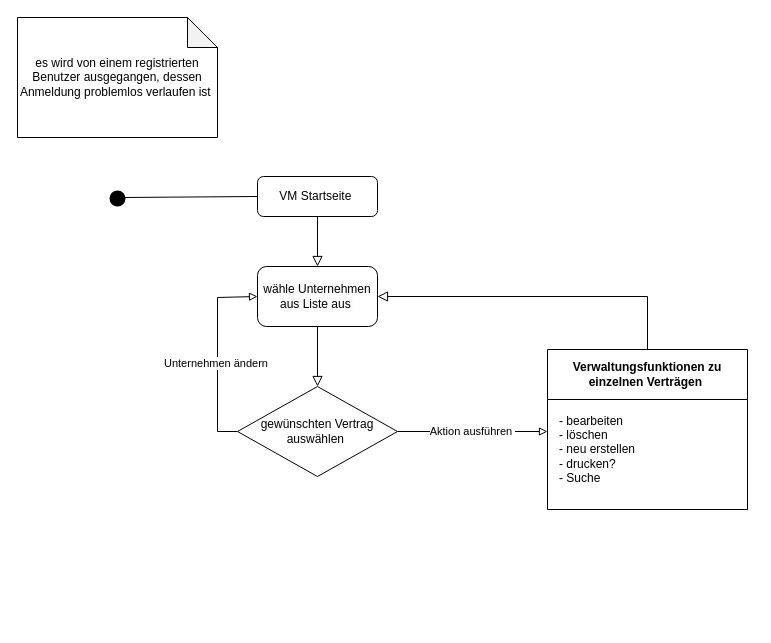
The draw.io diagram documents/aktivitätsdirgramm.drawio in Sxmple-DavidSchmidt/Vertragsmanager, before the edit. Source tidied: cells renumbered, new cells numbered last; positions are measured from the earlier drawing's top-left corner, leaving out a move shared by most shapes. Both pictures are drawn from the tidied source at 100%, with x=0, y=0 at pixel (17, 17).
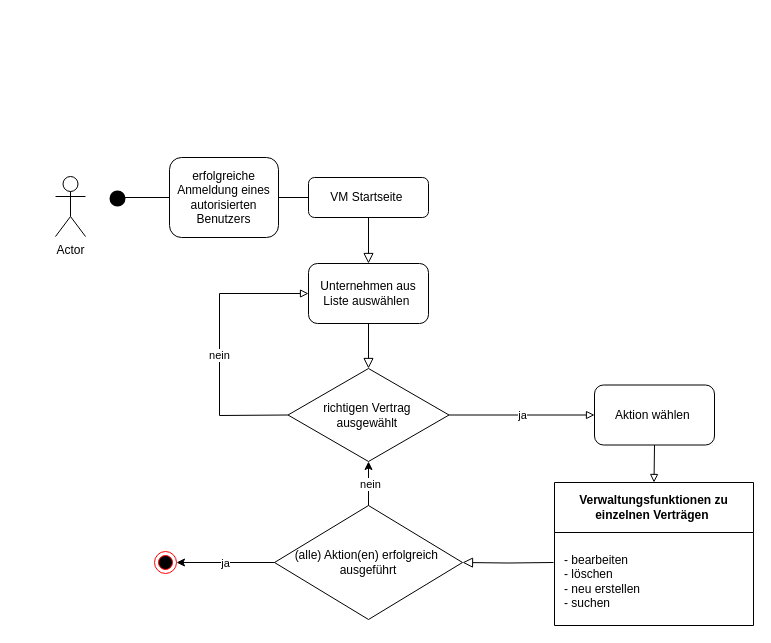
The same page after the edit.

What changed in the source:
```diff
@@
     <mxCell id="3" value="VM Startseite&amp;nbsp;" style="rounded=1;whiteSpace=wrap;html=1;fontSize=12;glass=0;strokeWidth=1;shadow=0;" parent="1" vertex="1">
-      <mxGeometry x="240" y="159" width="120" height="40" as="geometry" />
+      <mxGeometry x="291" y="160" width="120" height="40" as="geometry" />
     </mxCell>
-    <mxCell id="4" value="es wird von einem registrierten Benutzer ausgegangen, dessen Anmeldung problemlos verlaufen ist&amp;nbsp;" style="shape=note;whiteSpace=wrap;html=1;backgroundOutline=1;darkOpacity=0.05;" parent="1" vertex="1">
-      <mxGeometry width="200" height="120" as="geometry" />
-    </mxCell>
-    <mxCell id="5" value="&lt;span style=&quot;color: rgb(0, 0, 0); font-family: Helvetica; font-size: 12px; font-style: normal; font-variant-ligatures: normal; font-variant-caps: normal; font-weight: 400; letter-spacing: normal; orphans: 2; text-align: center; text-indent: 0px; text-transform: none; white-space: normal; widows: 2; word-spacing: 0px; -webkit-text-stroke-width: 0px; background-color: rgb(251, 251, 251); text-decoration-thickness: initial; text-decoration-style: initial; text-decoration-color: initial; display: inline !important; float: none;&quot;&gt;wähle Unternehmen aus Liste aus&amp;nbsp;&lt;/span&gt;" style="rounded=1;whiteSpace=wrap;html=1;" parent="1" vertex="1">
-      <mxGeometry x="240" y="249" width="120" height="60" as="geometry" />
+    <mxCell id="5" value="Unternehmen aus Liste auswählen&amp;nbsp;" style="rounded=1;whiteSpace=wrap;html=1;" parent="1" vertex="1">
+      <mxGeometry x="291" y="246" width="120" height="60" as="geometry" />
     </mxCell>
-    <mxCell id="6" style="endArrow=none;html=1;rounded=0;entryX=0;entryY=0.5;entryDx=0;entryDy=0;exitX=0.5;exitY=0.5;exitDx=0;exitDy=0;exitPerimeter=0;" parent="1" edge="1" target="3">
-      <mxGeometry relative="1" as="geometry">
-        <mxPoint x="105" y="180" as="sourcePoint" />
-      </mxGeometry>
+    <mxCell id="6" style="endArrow=none;html=1;rounded=0;entryX=0;entryY=0.5;entryDx=0;entryDy=0;exitX=0.5;exitY=0.5;exitDx=0;exitDy=0;exitPerimeter=0;" parent="1" edge="1" source="19" target="3">
+      <mxGeometry relative="1" as="geometry" />
     </mxCell>
-    <mxCell id="7" value="gewünschten Vertrag auswählen&amp;nbsp;" style="rhombus;whiteSpace=wrap;html=1;" parent="1" vertex="1">
-      <mxGeometry x="220" y="369" width="160" height="90" as="geometry" />
+    <mxCell id="7" value="richtigen Vertrag&amp;nbsp;&lt;div&gt;ausgewählt&amp;nbsp;&lt;/div&gt;" style="rhombus;whiteSpace=wrap;html=1;" parent="1" vertex="1">
+      <mxGeometry x="270.5" y="351" width="161" height="93" as="geometry" />
     </mxCell>
     <mxCell id="8" style="endArrow=block;html=1;rounded=0;exitX=0;exitY=0.5;exitDx=0;exitDy=0;entryX=0;entryY=0.5;entryDx=0;entryDy=0;endFill=0;" parent="1" edge="1" source="7" target="5">
       <mxGeometry relative="1" as="geometry">
         <Array as="points">
-          <mxPoint x="200" y="414" />
-          <mxPoint x="200" y="280" />
+          <mxPoint x="202" y="398" />
+          <mxPoint x="202" y="276" />
         </Array>
       </mxGeometry>
     </mxCell>
-    <mxCell id="9" value="Unternehmen ändern&amp;nbsp;" style="edgeLabel;html=1;align=center;verticalAlign=middle;" parent="8" vertex="1">
+    <mxCell id="9" value="nein" style="edgeLabel;html=1;align=center;verticalAlign=middle;" parent="8" vertex="1">
       <mxGeometry x="-0.08" y="1" relative="1" as="geometry" />
     </mxCell>
+    <mxCell id="16" style="edgeStyle=orthogonalEdgeStyle;rounded=0;jettySize=auto;html=1;exitX=0.5;exitY=1;exitDx=0;exitDy=0;entryX=0.5;entryY=0;entryDx=0;entryDy=0;endArrow=block;endFill=0;" parent="1" edge="1" source="20" target="10">
+      <mxGeometry relative="1" as="geometry" />
+    </mxCell>
     <mxCell id="10" value="Verwaltungsfunktionen zu einzelnen Verträgen&amp;nbsp;" style="swimlane;whiteSpace=wrap;html=1;startSize=50;" parent="1" vertex="1">
-      <mxGeometry x="530" y="332" width="200" height="160" as="geometry" />
+      <mxGeometry x="537" y="465" width="199" height="143" as="geometry" />
     </mxCell>
-    <mxCell id="11" value="- bearbeiten&amp;nbsp;&lt;div&gt;- löschen&amp;nbsp;&lt;/div&gt;&lt;div&gt;- neu erstellen&lt;/div&gt;&lt;div&gt;- drucken?&amp;nbsp;&lt;/div&gt;&lt;div&gt;- Suche&amp;nbsp;&lt;/div&gt;" style="text;html=1;align=left;verticalAlign=middle;strokeColor=none;fillColor=none;" parent="10" vertex="1">
-      <mxGeometry x="10" y="55" width="100" height="90" as="geometry" />
+    <mxCell id="11" value="- bearbeiten&amp;nbsp;&lt;div&gt;- löschen&amp;nbsp;&lt;/div&gt;&lt;div&gt;- neu erstellen&lt;/div&gt;&lt;div&gt;&lt;span style=&quot;background-color: initial;&quot;&gt;- suchen&amp;nbsp;&lt;/span&gt;&lt;br&gt;&lt;/div&gt;" style="text;html=1;align=left;verticalAlign=middle;strokeColor=none;fillColor=none;" parent="10" vertex="1">
+      <mxGeometry x="8" y="64" width="94" height="70" as="geometry" />
     </mxCell>
-    <mxCell id="12" value="Aktion ausführen&amp;nbsp;" style="endArrow=block;html=1;rounded=0;exitX=1;exitY=0.5;exitDx=0;exitDy=0;endFill=0;entryX=0;entryY=0.5;entryDx=0;entryDy=0;" parent="1" edge="1" source="7">
-      <mxGeometry relative="1" as="geometry">
-        <mxPoint x="530" y="414" as="targetPoint" />
-      </mxGeometry>
+    <mxCell id="12" value="ja" style="endArrow=block;html=1;rounded=0;exitX=1;exitY=0.5;exitDx=0;exitDy=0;endFill=0;entryX=0;entryY=0.5;entryDx=0;entryDy=0;" parent="1" edge="1" source="7" target="20">
+      <mxGeometry relative="1" as="geometry" />
     </mxCell>
@@
-    <mxCell id="14" style="rounded=0;html=1;jettySize=auto;fontSize=11;endArrow=block;endFill=0;endSize=8;strokeWidth=1;shadow=0;labelBackgroundColor=none;edgeStyle=orthogonalEdgeStyle;entryX=1;entryY=0.5;entryDx=0;entryDy=0;exitX=0.5;exitY=0;exitDx=0;exitDy=0;" parent="1" edge="1" source="10" target="5">
-      <mxGeometry relative="1" as="geometry" />
+    <mxCell id="14" style="rounded=0;html=1;jettySize=auto;fontSize=11;endArrow=block;endFill=0;endSize=8;strokeWidth=1;shadow=0;labelBackgroundColor=none;edgeStyle=orthogonalEdgeStyle;entryX=1;entryY=0.5;entryDx=0;entryDy=0;" parent="1" edge="1" target="21">
+      <mxGeometry relative="1" as="geometry">
+        <mxPoint x="536" y="545" as="sourcePoint" />
+      </mxGeometry>
     </mxCell>
@@
+    <mxCell id="17" value="Actor" style="shape=umlActor;verticalLabelPosition=bottom;verticalAlign=top;html=1;" parent="1" vertex="1">
+      <mxGeometry x="38" y="159" width="30" height="60" as="geometry" />
+    </mxCell>
+    <mxCell id="18" style="endArrow=none;html=1;rounded=0;entryX=0;entryY=0.5;entryDx=0;entryDy=0;exitX=0.5;exitY=0.5;exitDx=0;exitDy=0;exitPerimeter=0;" parent="1" edge="1" target="19">
+      <mxGeometry relative="1" as="geometry">
+        <mxPoint x="105" y="180" as="sourcePoint" />
+      </mxGeometry>
+    </mxCell>
+    <mxCell id="19" value="erfolgreiche Anmeldung eines autorisierten Benutzers" style="rounded=1;whiteSpace=wrap;html=1;" parent="1" vertex="1">
+      <mxGeometry x="152" y="140" width="109" height="80" as="geometry" />
+    </mxCell>
+    <mxCell id="20" value="Aktion wählen&amp;nbsp;" style="rounded=1;whiteSpace=wrap;html=1;" parent="1" vertex="1">
+      <mxGeometry x="577" y="367.5" width="120" height="60" as="geometry" />
+    </mxCell>
+    <mxCell id="21" value="(alle) Aktion(en) erfolgreich&lt;span style=&quot;background-color: initial;&quot;&gt;&amp;nbsp;&lt;/span&gt;&lt;div&gt;&lt;div&gt;ausgeführt&lt;/div&gt;&lt;/div&gt;" style="rhombus;whiteSpace=wrap;html=1;" parent="1" vertex="1">
+      <mxGeometry x="257" y="488" width="188" height="114" as="geometry" />
+    </mxCell>
+    <mxCell id="22" style="endArrow=classic;html=1;rounded=0;exitX=0.5;exitY=0;exitDx=0;exitDy=0;entryX=0.5;entryY=1;entryDx=0;entryDy=0;" parent="1" edge="1" source="21" target="7">
+      <mxGeometry relative="1" as="geometry" />
+    </mxCell>
+    <mxCell id="23" value="nein" style="edgeLabel;html=1;align=center;verticalAlign=middle;" parent="22" vertex="1">
+      <mxGeometry x="0.01" y="-1" relative="1" as="geometry" />
+    </mxCell>
+    <mxCell id="24" style="ellipse;html=1;shape=endState;fillColor=#000000;strokeColor=#ff0000;" parent="1" vertex="1">
+      <mxGeometry x="137" y="534" width="22" height="22" as="geometry" />
+    </mxCell>
+    <mxCell id="25" style="endArrow=classic;html=1;rounded=0;exitX=0;exitY=0.5;exitDx=0;exitDy=0;entryX=1;entryY=0.5;entryDx=0;entryDy=0;" parent="1" edge="1" source="21" target="24">
+      <mxGeometry relative="1" as="geometry" />
+    </mxCell>
+    <mxCell id="26" value="ja" style="edgeLabel;html=1;align=center;verticalAlign=middle;" parent="25" vertex="1">
+      <mxGeometry x="0.03" relative="1" as="geometry" />
+    </mxCell>
```
